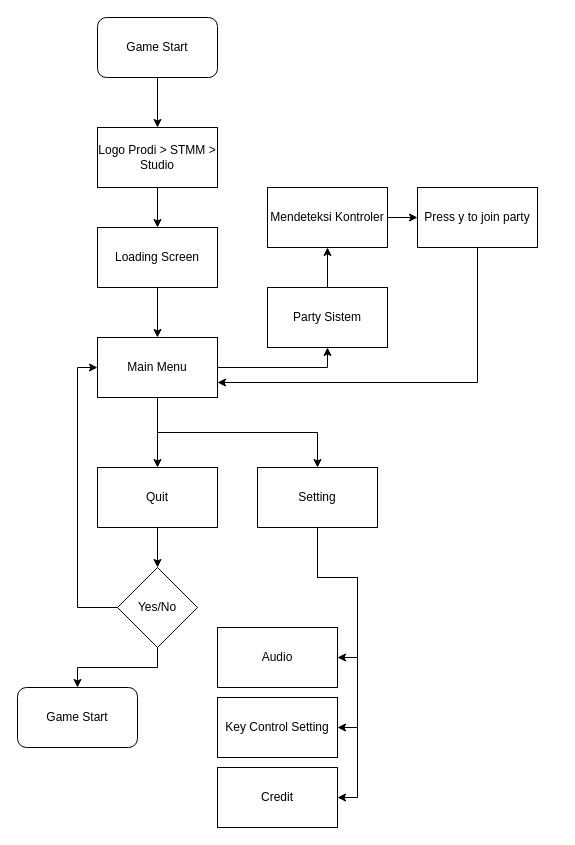
Before: Game Flow - Classmeet(Sport) .drawio in RioEka/S5, a draw.io diagram. Source tidied: cells renumbered, new cells numbered last; positions are measured from the earlier drawing's top-left corner, leaving out a move shared by most shapes. Both pictures are drawn from the tidied source at 100%, with x=0, y=0 at pixel (17, 17).
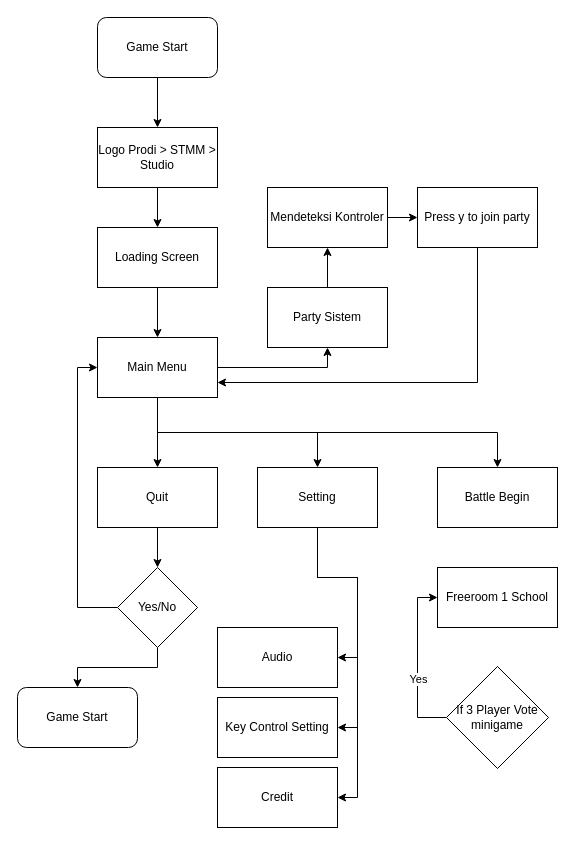
The same page after the edit.

Unchanged cells that the change refers to:
```xml
<mxCell id="11" value="Main Menu" style="rounded=0;whiteSpace=wrap;html=1;" parent="1" vertex="1">
  <mxGeometry x="80" y="320" width="120" height="60" as="geometry" />
</mxCell>
```

Change to the diagram source:
```diff
@@
+    <mxCell id="31" style="edgeStyle=orthogonalEdgeStyle;rounded=0;jettySize=auto;html=1;exitX=0.5;exitY=1;exitDx=0;exitDy=0;entryX=0.5;entryY=0;entryDx=0;entryDy=0;" parent="1" edge="1" source="11" target="32">
+      <mxGeometry relative="1" as="geometry" />
+    </mxCell>
@@
+    <mxCell id="32" value="Battle Begin" style="rounded=0;whiteSpace=wrap;html=1;" parent="1" vertex="1">
+      <mxGeometry x="420" y="450" width="120" height="60" as="geometry" />
+    </mxCell>
+    <mxCell id="33" value="Freeroom 1 School" style="rounded=0;whiteSpace=wrap;html=1;" parent="1" vertex="1">
+      <mxGeometry x="420" y="550" width="120" height="60" as="geometry" />
+    </mxCell>
+    <mxCell id="34" style="edgeStyle=orthogonalEdgeStyle;rounded=0;jettySize=auto;html=1;exitX=0;exitY=0.5;exitDx=0;exitDy=0;entryX=0;entryY=0.5;entryDx=0;entryDy=0;" parent="1" edge="1" source="36" target="33">
+      <mxGeometry relative="1" as="geometry" />
+    </mxCell>
+    <mxCell id="35" value="Yes" style="edgeLabel;html=1;align=center;verticalAlign=middle;" parent="34" vertex="1">
+      <mxGeometry x="-0.19" relative="1" as="geometry" />
+    </mxCell>
+    <mxCell id="36" value="If 3 Player Vote minigame" style="rhombus;whiteSpace=wrap;html=1;" parent="1" vertex="1">
+      <mxGeometry x="429" y="649" width="102" height="102" as="geometry" />
+    </mxCell>
```
